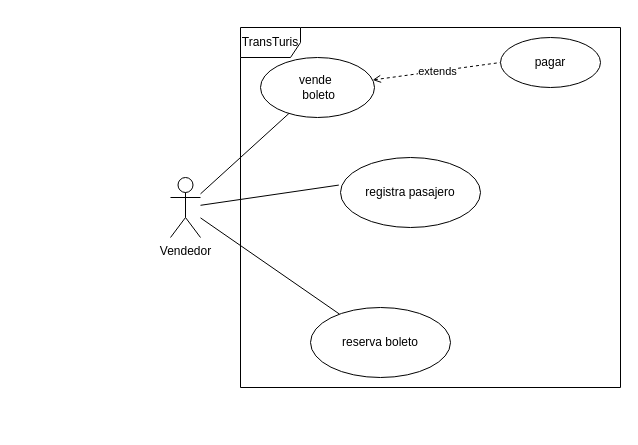
This is diagramas.drawio from rene525456/requisitos_software, a draw.io file, before an edit. Source tidied: cells renumbered, new cells numbered last; positions are measured from the earlier drawing's top-left corner, leaving out a move shared by most shapes. Both pictures are drawn from the tidied source at 100%, with x=0, y=0 at pixel (170, 27).
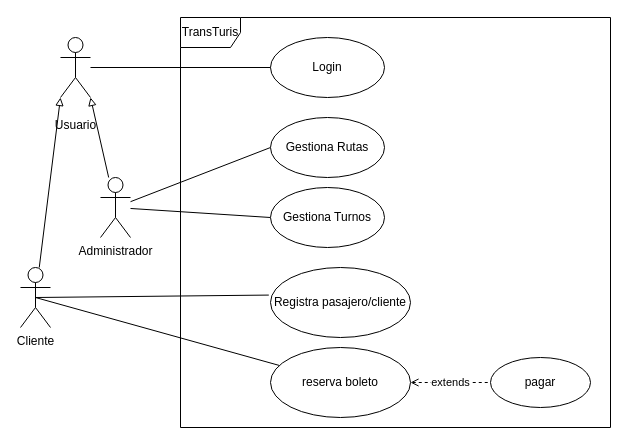
The same diagram, later.

Change to the diagram source:
```diff
@@
-    <mxCell id="2" style="rounded=0;jettySize=auto;html=1;endArrow=none;endFill=0;" parent="1" edge="1" source="5" target="7">
-      <mxGeometry relative="1" as="geometry" />
-    </mxCell>
+    <mxCell id="11" value="TransTuris" style="shape=umlFrame;whiteSpace=wrap;html=1;" parent="1" vertex="1">
+      <mxGeometry x="10" y="-10" width="430" height="410" as="geometry" />
+    </mxCell>
-    <mxCell id="3" style="edgeStyle=none;rounded=0;jettySize=auto;html=1;endArrow=none;endFill=0;" parent="1" edge="1" source="5" target="8">
+    <mxCell id="3" style="edgeStyle=none;rounded=0;jettySize=auto;html=1;endArrow=none;endFill=0;exitX=0.5;exitY=0.5;exitDx=0;exitDy=0;exitPerimeter=0;" parent="1" edge="1" source="16" target="8">
       <mxGeometry relative="1" as="geometry" />
     </mxCell>
-    <mxCell id="4" style="edgeStyle=none;rounded=0;jettySize=auto;html=1;entryX=-0.012;entryY=0.394;entryDx=0;entryDy=0;entryPerimeter=0;endArrow=none;endFill=0;" parent="1" edge="1" source="5" target="9">
+    <mxCell id="4" style="edgeStyle=none;rounded=0;jettySize=auto;html=1;entryX=-0.012;entryY=0.394;entryDx=0;entryDy=0;entryPerimeter=0;endArrow=none;endFill=0;exitX=0.5;exitY=0.5;exitDx=0;exitDy=0;exitPerimeter=0;" parent="1" edge="1" source="16" target="9">
       <mxGeometry relative="1" as="geometry" />
     </mxCell>
+    <mxCell id="12" style="rounded=0;jettySize=auto;html=1;entryX=1;entryY=1;entryDx=0;entryDy=0;entryPerimeter=0;endArrow=block;endFill=0;" parent="1" edge="1" source="5" target="19">
+      <mxGeometry relative="1" as="geometry" />
+    </mxCell>
+    <mxCell id="13" style="edgeStyle=none;rounded=0;jettySize=auto;html=1;entryX=0;entryY=0.5;entryDx=0;entryDy=0;endArrow=none;endFill=0;" parent="1" edge="1" source="5" target="21">
+      <mxGeometry relative="1" as="geometry" />
+    </mxCell>
+    <mxCell id="14" style="edgeStyle=none;rounded=0;jettySize=auto;html=1;entryX=0;entryY=0.5;entryDx=0;entryDy=0;endArrow=none;endFill=0;" parent="1" edge="1" source="5" target="22">
+      <mxGeometry relative="1" as="geometry" />
+    </mxCell>
-    <mxCell id="5" value="Vendedor" style="shape=umlActor;verticalLabelPosition=bottom;verticalAlign=top;html=1;" parent="1" vertex="1">
-      <mxGeometry y="150" width="30" height="60" as="geometry" />
+    <mxCell id="5" value="Administrador" style="shape=umlActor;verticalLabelPosition=bottom;verticalAlign=top;html=1;" parent="1" vertex="1">
+      <mxGeometry x="-70" y="150" width="30" height="60" as="geometry" />
     </mxCell>
-    <mxCell id="6" value="extends" style="edgeStyle=none;rounded=0;jettySize=auto;html=1;entryX=0;entryY=0.5;entryDx=0;entryDy=0;endArrow=none;endFill=0;dashed=1;startArrow=open;startFill=0;" parent="1" edge="1" source="7" target="10">
+    <mxCell id="6" value="extends" style="edgeStyle=none;rounded=0;jettySize=auto;html=1;entryX=0;entryY=0.5;entryDx=0;entryDy=0;endArrow=none;endFill=0;dashed=1;startArrow=open;startFill=0;exitX=1;exitY=0.5;exitDx=0;exitDy=0;" parent="1" edge="1" source="8" target="10">
       <mxGeometry relative="1" as="geometry" />
     </mxCell>
-    <mxCell id="7" value="vende&amp;nbsp;&lt;br&gt;&amp;nbsp;boleto" style="ellipse;whiteSpace=wrap;html=1;" parent="1" vertex="1">
-      <mxGeometry x="90" y="30" width="114" height="60" as="geometry" />
-    </mxCell>
     <mxCell id="8" value="reserva boleto" style="ellipse;whiteSpace=wrap;html=1;" parent="1" vertex="1">
-      <mxGeometry x="140" y="280" width="140" height="70" as="geometry" />
+      <mxGeometry x="100" y="320" width="140" height="70" as="geometry" />
     </mxCell>
-    <mxCell id="9" value="registra pasajero" style="ellipse;whiteSpace=wrap;html=1;" parent="1" vertex="1">
-      <mxGeometry x="170" y="130" width="140" height="70" as="geometry" />
+    <mxCell id="9" value="Registra pasajero/cliente" style="ellipse;whiteSpace=wrap;html=1;" parent="1" vertex="1">
+      <mxGeometry x="100" y="240" width="140" height="70" as="geometry" />
     </mxCell>
     <mxCell id="10" value="pagar" style="ellipse;whiteSpace=wrap;html=1;" parent="1" vertex="1">
-      <mxGeometry x="330" y="10" width="100" height="50" as="geometry" />
+      <mxGeometry x="320" y="330" width="100" height="50" as="geometry" />
     </mxCell>
-    <mxCell id="11" value="TransTuris" style="shape=umlFrame;whiteSpace=wrap;html=1;" parent="1" vertex="1">
-      <mxGeometry x="70" width="380" height="360" as="geometry" />
-    </mxCell>
+    <mxCell id="15" style="rounded=0;jettySize=auto;html=1;endArrow=block;endFill=0;entryX=0;entryY=1;entryDx=0;entryDy=0;entryPerimeter=0;" parent="1" edge="1" source="16" target="19">
+      <mxGeometry relative="1" as="geometry" />
+    </mxCell>
+    <mxCell id="16" value="Cliente" style="shape=umlActor;verticalLabelPosition=bottom;verticalAlign=top;html=1;" parent="1" vertex="1">
+      <mxGeometry x="-150" y="240" width="30" height="60" as="geometry" />
+    </mxCell>
+    <mxCell id="17" value="Login" style="ellipse;whiteSpace=wrap;html=1;" parent="1" vertex="1">
+      <mxGeometry x="100" y="10" width="114" height="60" as="geometry" />
+    </mxCell>
+    <mxCell id="18" style="edgeStyle=none;rounded=0;jettySize=auto;html=1;endArrow=none;endFill=0;" parent="1" edge="1" source="19" target="17">
+      <mxGeometry relative="1" as="geometry" />
+    </mxCell>
+    <mxCell id="19" value="&lt;br&gt;Usuario" style="shape=umlActor;verticalLabelPosition=bottom;verticalAlign=top;html=1;" parent="1" vertex="1">
+      <mxGeometry x="-110" y="10" width="30" height="60" as="geometry" />
+    </mxCell>
+    <mxCell id="20" style="edgeStyle=none;rounded=0;orthogonalLoop=1;jettySize=auto;html=1;exitX=0;exitY=0.5;exitDx=0;exitDy=0;endArrow=block;endFill=0;" parent="1" edge="1" source="17" target="17">
+      <mxGeometry relative="1" as="geometry" />
+    </mxCell>
+    <mxCell id="21" value="Gestiona Rutas" style="ellipse;whiteSpace=wrap;html=1;" parent="1" vertex="1">
+      <mxGeometry x="100" y="90" width="114" height="60" as="geometry" />
+    </mxCell>
+    <mxCell id="22" value="Gestiona Turnos" style="ellipse;whiteSpace=wrap;html=1;" parent="1" vertex="1">
+      <mxGeometry x="100" y="160" width="114" height="60" as="geometry" />
+    </mxCell>
```
